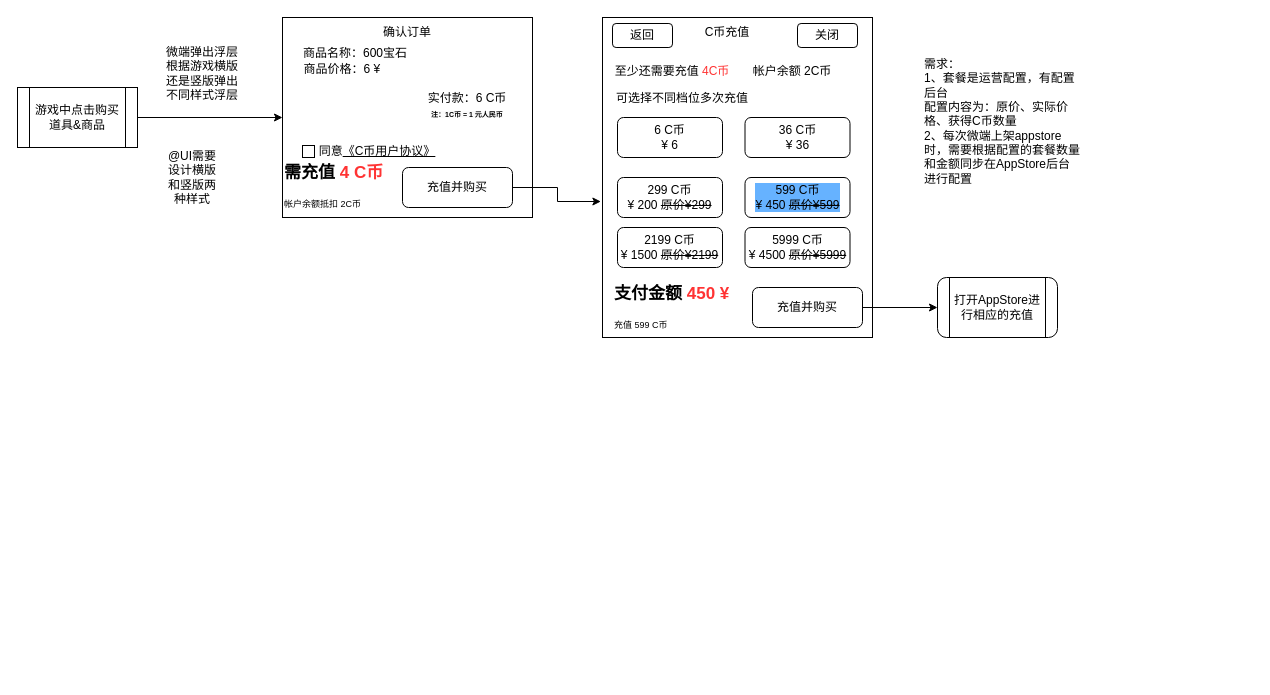
Earlier version of the draw.io diagram page "第 2 页" (2 of 3) of 联运中心CGC支付方式.drawio (Garygu0519/drawideas). Source tidied: cells renumbered, new cells numbered last; positions are measured from the earlier drawing's top-left corner, leaving out a move shared by most shapes. Both pictures are drawn from the tidied source at 100%, with x=0, y=0 at pixel (17, 17).
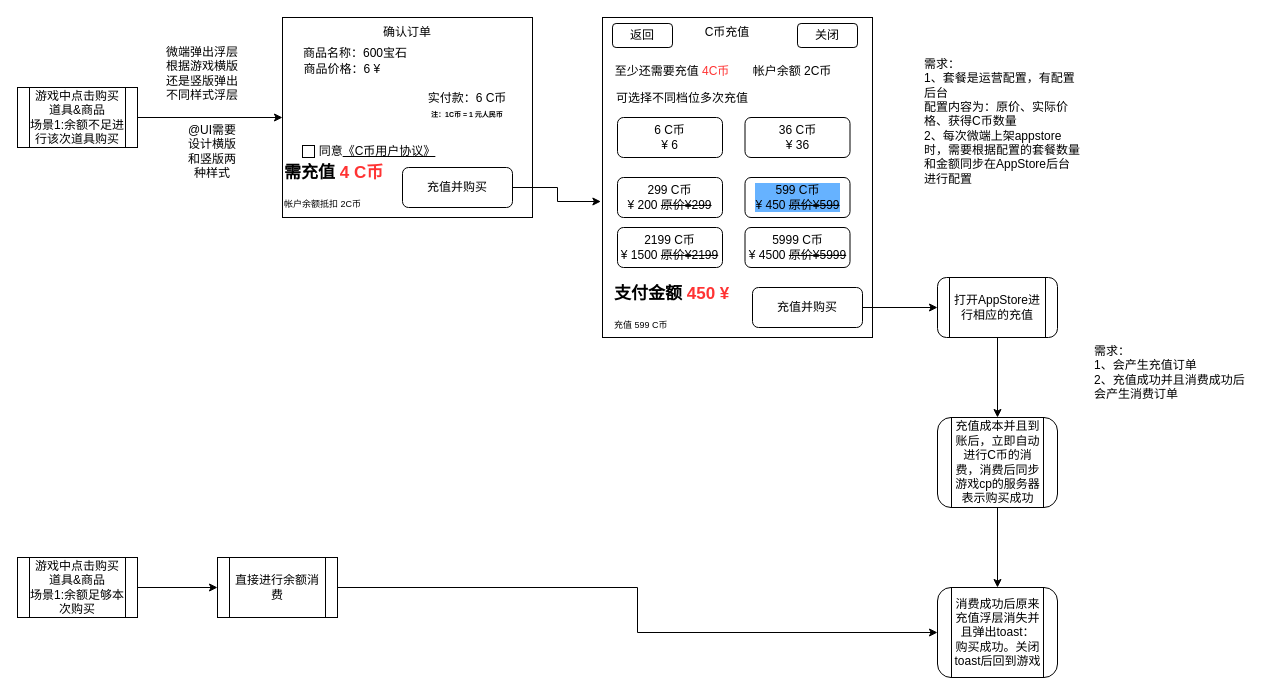
Above is the later version.

Commit message (it also covers changes not shown here):
更新联运中心CGC支付方式.drawio

Unchanged cells that the change refers to:
```xml
<mxCell id="35" value="打开AppStore进行相应的充值" style="shape=process;whiteSpace=wrap;html=1;backgroundOutline=1;rounded=1;" parent="1" vertex="1">
  <mxGeometry x="920" y="260" width="120" height="60" as="geometry" />
</mxCell>
```

What changed in the source:
```diff
@@
-    <mxCell id="32" value="游戏中点击购买道具&amp;amp;商品" style="shape=process;whiteSpace=wrap;html=1;backgroundOutline=1;rounded=0;" parent="1" vertex="1">
+    <mxCell id="32" value="游戏中点击购买道具&amp;amp;商品&lt;div&gt;场景1:余额不足进行该次道具购买&lt;/div&gt;" style="shape=process;whiteSpace=wrap;html=1;backgroundOutline=1;rounded=0;" parent="1" vertex="1">
       <mxGeometry y="70" width="120" height="60" as="geometry" />
     </mxCell>
@@
     <mxCell id="34" value="@UI需要设计横版和竖版两种样式" style="text;html=1;align=center;verticalAlign=middle;whiteSpace=wrap;rounded=0;" parent="1" vertex="1">
-      <mxGeometry x="145" y="145" width="60" height="30" as="geometry" />
+      <mxGeometry x="165" y="119" width="60" height="30" as="geometry" />
     </mxCell>
+    <mxCell id="37" style="edgeStyle=orthogonalEdgeStyle;rounded=0;jettySize=auto;html=1;" parent="1" edge="1" source="35" target="39">
+      <mxGeometry relative="1" as="geometry" />
+    </mxCell>
@@
+    <mxCell id="38" style="edgeStyle=orthogonalEdgeStyle;rounded=0;jettySize=auto;html=1;" parent="1" edge="1" source="39" target="45">
+      <mxGeometry relative="1" as="geometry" />
+    </mxCell>
+    <mxCell id="39" value="充值成本并且到账后，立即自动进行C币的消费，消费后同步游戏cp的服务器表示购买成功" style="shape=process;whiteSpace=wrap;html=1;backgroundOutline=1;rounded=1;" parent="1" vertex="1">
+      <mxGeometry x="920" y="400" width="120" height="90" as="geometry" />
+    </mxCell>
+    <mxCell id="40" value="需求：&lt;div&gt;1、会产生充值订单&lt;/div&gt;&lt;div&gt;2、充值成功并且消费成功后会产生消费订单&lt;/div&gt;" style="text;html=1;align=left;verticalAlign=middle;whiteSpace=wrap;rounded=0;" parent="1" vertex="1">
+      <mxGeometry x="1075" y="340" width="160" height="30" as="geometry" />
+    </mxCell>
+    <mxCell id="41" style="edgeStyle=orthogonalEdgeStyle;rounded=0;jettySize=auto;html=1;" parent="1" edge="1" source="42" target="44">
+      <mxGeometry relative="1" as="geometry" />
+    </mxCell>
+    <mxCell id="42" value="游戏中点击购买道具&amp;amp;商品&lt;div&gt;场景1:余额足够本次购买&lt;/div&gt;" style="shape=process;whiteSpace=wrap;html=1;backgroundOutline=1;rounded=0;" parent="1" vertex="1">
+      <mxGeometry y="540" width="120" height="60" as="geometry" />
+    </mxCell>
+    <mxCell id="43" style="edgeStyle=orthogonalEdgeStyle;rounded=0;jettySize=auto;html=1;" parent="1" edge="1" source="44" target="45">
+      <mxGeometry relative="1" as="geometry" />
+    </mxCell>
+    <mxCell id="44" value="直接进行余额消费" style="shape=process;whiteSpace=wrap;html=1;backgroundOutline=1;rounded=0;" parent="1" vertex="1">
+      <mxGeometry x="200" y="540" width="120" height="60" as="geometry" />
+    </mxCell>
+    <mxCell id="45" value="消费成功后原来充值浮层消失并且弹出toast：&lt;div&gt;购买成功。关闭toast后回到游戏&lt;/div&gt;" style="shape=process;whiteSpace=wrap;html=1;backgroundOutline=1;rounded=1;" parent="1" vertex="1">
+      <mxGeometry x="920" y="570" width="120" height="90" as="geometry" />
+    </mxCell>
```
